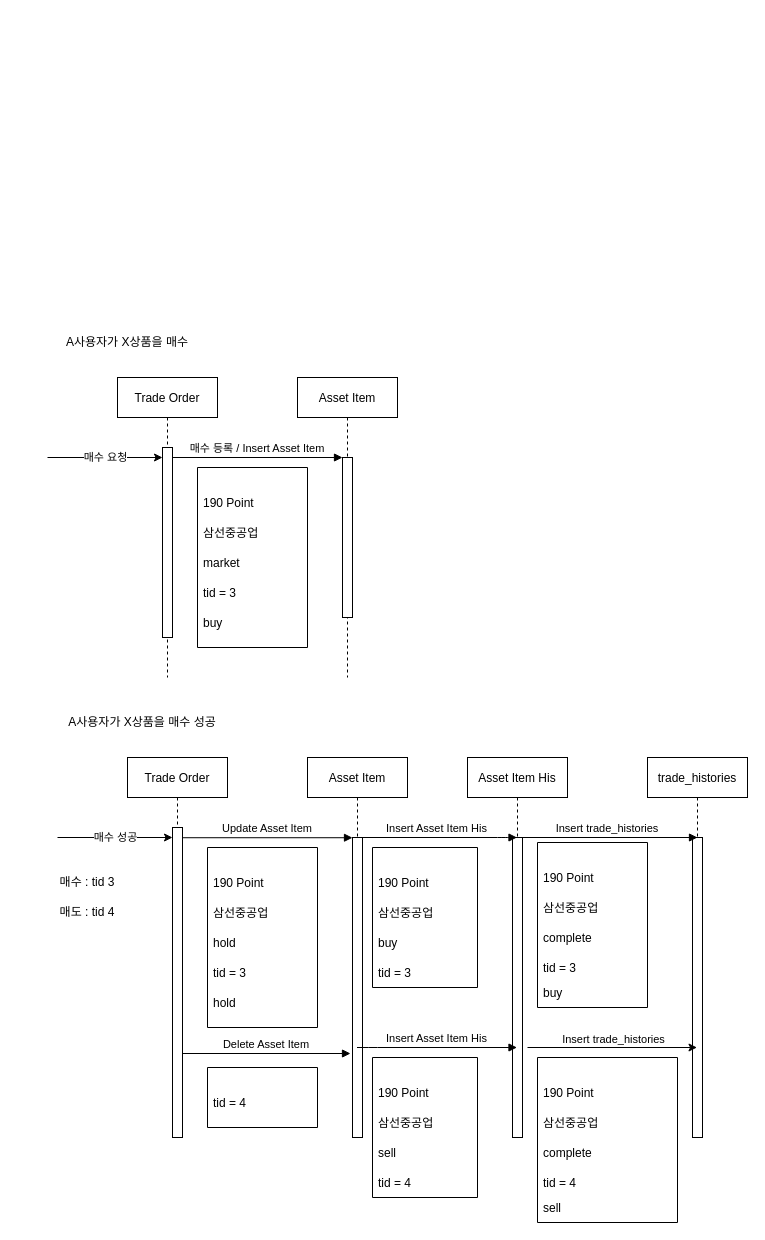
kimdongjang/simulate_invest keeps this draw.io diagram as Untitled Diagram.drawio. Above is the earlier version. Source tidied: cells renumbered, new cells numbered last; positions are measured from the earlier drawing's top-left corner, leaving out a move shared by most shapes. Both pictures are drawn from the tidied source at 100%, with x=0, y=0 at pixel (17, 327).
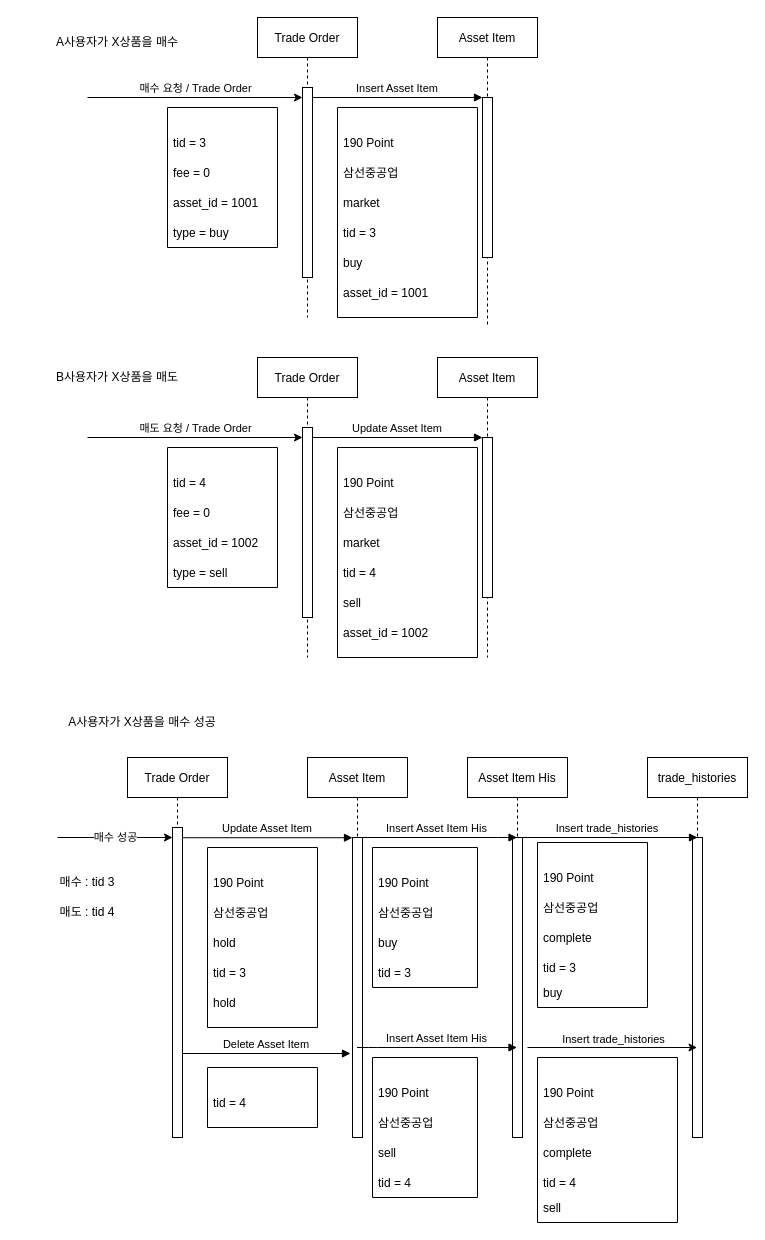
After the change.

Unchanged cells that the change refers to:
```xml
<mxCell id="3" style="points=[];perimeter=orthogonalPerimeter;rounded=0;shadow=0;strokeWidth=1;" parent="2" vertex="1">
  <mxGeometry x="45" y="70" width="10" height="190" as="geometry" />
</mxCell>
<mxCell id="6" style="points=[];perimeter=orthogonalPerimeter;rounded=0;shadow=0;strokeWidth=1;" parent="5" vertex="1">
  <mxGeometry x="45" y="80" width="10" height="160" as="geometry" />
</mxCell>
```

Change to the diagram source:
```diff
@@
     <mxCell id="2" value="Trade Order" style="shape=umlLifeline;perimeter=lifelinePerimeter;rounded=0;shadow=0;strokeWidth=1;" parent="1" vertex="1">
-      <mxGeometry x="100" y="50" width="100" height="300" as="geometry" />
+      <mxGeometry x="240" y="-310" width="100" height="300" as="geometry" />
     </mxCell>
@@
-    <mxCell id="4" value="매수 요청&lt;br&gt;" style="endArrow=classic;html=1;rounded=0;" parent="2" edge="1">
+    <mxCell id="4" value="매수 요청 / Trade Order" style="endArrow=classic;html=1;rounded=0;verticalAlign=bottom;" parent="2" edge="1">
       <mxGeometry relative="1" as="geometry">
-        <mxPoint x="-70" y="80" as="sourcePoint" />
+        <mxPoint x="-170" y="80" as="sourcePoint" />
         <mxPoint x="45" y="80" as="targetPoint" />
       </mxGeometry>
     </mxCell>
+    <mxCell id="64" style="swimlane;startSize=0;" parent="2" vertex="1">
+      <mxGeometry x="-90" y="90" width="110" height="140" as="geometry" />
+    </mxCell>
+    <mxCell id="65" value="tid = 3" style="text;strokeColor=none;fillColor=none;align=left;verticalAlign=middle;spacingLeft=4;spacingRight=4;overflow=hidden;" parent="64" vertex="1">
+      <mxGeometry y="20" width="140" height="30" as="geometry" />
+    </mxCell>
+    <mxCell id="66" value="fee = 0" style="text;strokeColor=none;fillColor=none;align=left;verticalAlign=middle;spacingLeft=4;spacingRight=4;overflow=hidden;" parent="64" vertex="1">
+      <mxGeometry y="50" width="140" height="30" as="geometry" />
+    </mxCell>
+    <mxCell id="67" value="asset_id = 1001" style="text;strokeColor=none;fillColor=none;align=left;verticalAlign=middle;spacingLeft=4;spacingRight=4;overflow=hidden;" parent="64" vertex="1">
+      <mxGeometry y="80" width="140" height="30" as="geometry" />
+    </mxCell>
+    <mxCell id="68" value="type = buy" style="text;strokeColor=none;fillColor=none;align=left;verticalAlign=middle;spacingLeft=4;spacingRight=4;overflow=hidden;" parent="64" vertex="1">
+      <mxGeometry y="110" width="140" height="30" as="geometry" />
+    </mxCell>
     <mxCell id="5" value="Asset Item" style="shape=umlLifeline;perimeter=lifelinePerimeter;rounded=0;shadow=0;strokeWidth=1;" parent="1" vertex="1">
-      <mxGeometry x="280" y="50" width="100" height="300" as="geometry" />
+      <mxGeometry x="420" y="-310" width="100" height="310" as="geometry" />
     </mxCell>
@@
     <mxCell id="7" style="swimlane;startSize=0;" parent="5" vertex="1">
-      <mxGeometry x="-100" y="90" width="110" height="180" as="geometry" />
+      <mxGeometry x="-100" y="90" width="140" height="210" as="geometry" />
     </mxCell>
@@
+    <mxCell id="69" value="asset_id = 1001" style="text;strokeColor=none;fillColor=none;align=left;verticalAlign=middle;spacingLeft=4;spacingRight=4;overflow=hidden;" parent="7" vertex="1">
+      <mxGeometry y="170" width="140" height="30" as="geometry" />
+    </mxCell>
-    <mxCell id="13" value="매수 등록 / Insert Asset Item" style="verticalAlign=bottom;endArrow=block;entryX=0;entryY=0;shadow=0;strokeWidth=1;" parent="1" edge="1" source="3" target="6">
+    <mxCell id="13" value="Insert Asset Item" style="verticalAlign=bottom;endArrow=block;entryX=0;entryY=0;shadow=0;strokeWidth=1;" parent="1" edge="1" source="3" target="6">
       <mxGeometry relative="1" as="geometry" />
     </mxCell>
     <mxCell id="14" value="A사용자가 X상품을 매수" style="text;html=1;strokeColor=none;fillColor=none;align=center;verticalAlign=middle;whiteSpace=wrap;rounded=0;" parent="1" vertex="1">
-      <mxGeometry x="30" width="160" height="30" as="geometry" />
+      <mxGeometry x="20" y="-300" width="160" height="30" as="geometry" />
     </mxCell>
@@
+    <mxCell id="70" value="Trade Order" style="shape=umlLifeline;perimeter=lifelinePerimeter;rounded=0;shadow=0;strokeWidth=1;" parent="1" vertex="1">
+      <mxGeometry x="240" y="30" width="100" height="300" as="geometry" />
+    </mxCell>
+    <mxCell id="71" style="points=[];perimeter=orthogonalPerimeter;rounded=0;shadow=0;strokeWidth=1;" parent="70" vertex="1">
+      <mxGeometry x="45" y="70" width="10" height="190" as="geometry" />
+    </mxCell>
+    <mxCell id="72" value="매도 요청 / Trade Order" style="endArrow=classic;html=1;rounded=0;verticalAlign=bottom;" parent="70" edge="1">
+      <mxGeometry relative="1" as="geometry">
+        <mxPoint x="-170" y="80" as="sourcePoint" />
+        <mxPoint x="45" y="80" as="targetPoint" />
+      </mxGeometry>
+    </mxCell>
+    <mxCell id="73" style="swimlane;startSize=0;" parent="70" vertex="1">
+      <mxGeometry x="-90" y="90" width="110" height="140" as="geometry" />
+    </mxCell>
+    <mxCell id="74" value="tid = 4" style="text;strokeColor=none;fillColor=none;align=left;verticalAlign=middle;spacingLeft=4;spacingRight=4;overflow=hidden;" parent="73" vertex="1">
+      <mxGeometry y="20" width="140" height="30" as="geometry" />
+    </mxCell>
+    <mxCell id="75" value="fee = 0" style="text;strokeColor=none;fillColor=none;align=left;verticalAlign=middle;spacingLeft=4;spacingRight=4;overflow=hidden;" parent="73" vertex="1">
+      <mxGeometry y="50" width="140" height="30" as="geometry" />
+    </mxCell>
+    <mxCell id="76" value="asset_id = 1002" style="text;strokeColor=none;fillColor=none;align=left;verticalAlign=middle;spacingLeft=4;spacingRight=4;overflow=hidden;" parent="73" vertex="1">
+      <mxGeometry y="80" width="140" height="30" as="geometry" />
+    </mxCell>
+    <mxCell id="77" value="type = sell" style="text;strokeColor=none;fillColor=none;align=left;verticalAlign=middle;spacingLeft=4;spacingRight=4;overflow=hidden;" parent="73" vertex="1">
+      <mxGeometry y="110" width="140" height="30" as="geometry" />
+    </mxCell>
+    <mxCell id="78" value="Asset Item" style="shape=umlLifeline;perimeter=lifelinePerimeter;rounded=0;shadow=0;strokeWidth=1;" parent="1" vertex="1">
+      <mxGeometry x="420" y="30" width="100" height="300" as="geometry" />
+    </mxCell>
+    <mxCell id="79" style="points=[];perimeter=orthogonalPerimeter;rounded=0;shadow=0;strokeWidth=1;" parent="78" vertex="1">
+      <mxGeometry x="45" y="80" width="10" height="160" as="geometry" />
+    </mxCell>
+    <mxCell id="80" style="swimlane;startSize=0;" parent="78" vertex="1">
+      <mxGeometry x="-100" y="90" width="140" height="210" as="geometry" />
+    </mxCell>
+    <mxCell id="81" value="190 Point" style="text;strokeColor=none;fillColor=none;align=left;verticalAlign=middle;spacingLeft=4;spacingRight=4;overflow=hidden;" parent="80" vertex="1">
+      <mxGeometry y="20" width="140" height="30" as="geometry" />
+    </mxCell>
+    <mxCell id="82" value="삼선중공업" style="text;strokeColor=none;fillColor=none;align=left;verticalAlign=middle;spacingLeft=4;spacingRight=4;overflow=hidden;" parent="80" vertex="1">
+      <mxGeometry y="50" width="140" height="30" as="geometry" />
+    </mxCell>
+    <mxCell id="83" value="market" style="text;strokeColor=none;fillColor=none;align=left;verticalAlign=middle;spacingLeft=4;spacingRight=4;overflow=hidden;" parent="80" vertex="1">
+      <mxGeometry y="80" width="140" height="30" as="geometry" />
+    </mxCell>
+    <mxCell id="84" value="tid = 4" style="text;strokeColor=none;fillColor=none;align=left;verticalAlign=middle;spacingLeft=4;spacingRight=4;overflow=hidden;" parent="80" vertex="1">
+      <mxGeometry y="110" width="140" height="30" as="geometry" />
+    </mxCell>
+    <mxCell id="85" value="sell" style="text;strokeColor=none;fillColor=none;align=left;verticalAlign=middle;spacingLeft=4;spacingRight=4;overflow=hidden;" parent="80" vertex="1">
+      <mxGeometry y="140" width="140" height="30" as="geometry" />
+    </mxCell>
+    <mxCell id="86" value="asset_id = 1002" style="text;strokeColor=none;fillColor=none;align=left;verticalAlign=middle;spacingLeft=4;spacingRight=4;overflow=hidden;" parent="80" vertex="1">
+      <mxGeometry y="170" width="140" height="30" as="geometry" />
+    </mxCell>
+    <mxCell id="87" value="Update Asset Item" style="verticalAlign=bottom;endArrow=block;entryX=0;entryY=0;shadow=0;strokeWidth=1;" parent="1" edge="1" source="71" target="79">
+      <mxGeometry relative="1" as="geometry" />
+    </mxCell>
+    <mxCell id="88" value="B사용자가 X상품을 매도" style="text;html=1;strokeColor=none;fillColor=none;align=center;verticalAlign=middle;whiteSpace=wrap;rounded=0;" parent="1" vertex="1">
+      <mxGeometry x="20" y="35" width="160" height="30" as="geometry" />
+    </mxCell>
```
